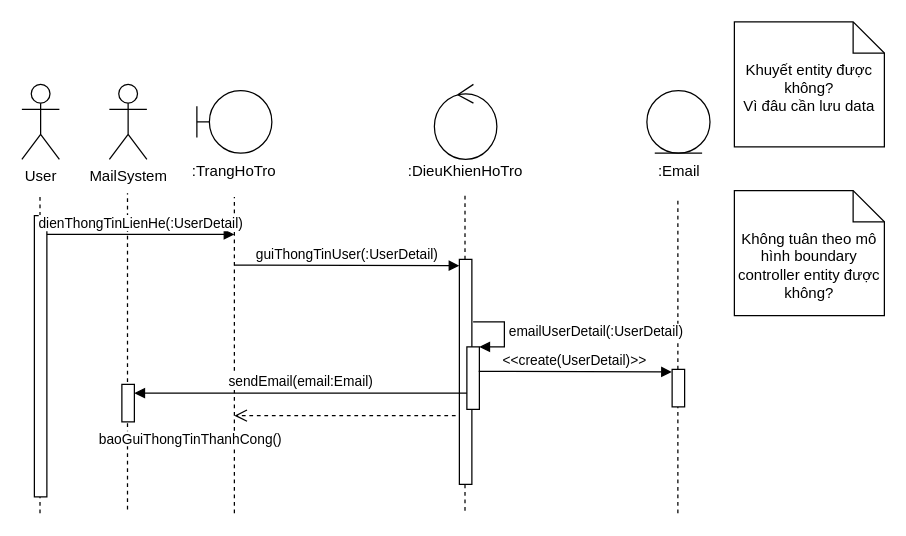
Before: Sequence/guiYeuCauLienHeSequence.drawio in hoangminh15/PTTKHT, a draw.io diagram. Source tidied: cells renumbered, new cells numbered last; positions are measured from the earlier drawing's top-left corner, leaving out a move shared by most shapes. Both pictures are drawn from the tidied source at 125%, with x=0, y=0 at pixel (21, 21).
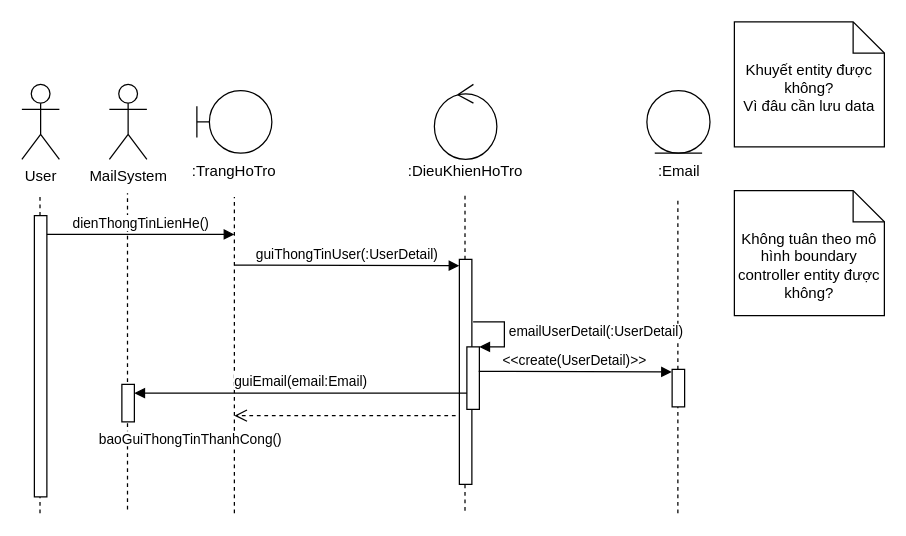
Above is the later version.

What changed in the source:
```diff
@@
-    <mxCell id="18" value="dienThongTinLienHe(:UserDetail)" style="html=1;verticalAlign=bottom;endArrow=block;" parent="1" edge="1">
+    <mxCell id="18" value="dienThongTinLienHe()" style="html=1;verticalAlign=bottom;endArrow=block;" parent="1" edge="1">
       <mxGeometry relative="1" as="geometry">
         <mxPoint x="20" y="170" as="sourcePoint" />
         <mxPoint x="170" y="170" as="targetPoint" />
       </mxGeometry>
     </mxCell>
@@
-    <mxCell id="25" value="sendEmail(email:Email)" style="html=1;verticalAlign=bottom;endArrow=block;exitX=0;exitY=0.375;exitDx=0;exitDy=0;exitPerimeter=0;" parent="1" edge="1">
+    <mxCell id="25" value="guiEmail(email:Email)" style="html=1;verticalAlign=bottom;endArrow=block;exitX=0;exitY=0.375;exitDx=0;exitDy=0;exitPerimeter=0;" parent="1" edge="1">
       <mxGeometry relative="1" as="geometry">
         <mxPoint x="356" y="297" as="sourcePoint" />
         <mxPoint x="90" y="297" as="targetPoint" />
       </mxGeometry>
     </mxCell>
```
